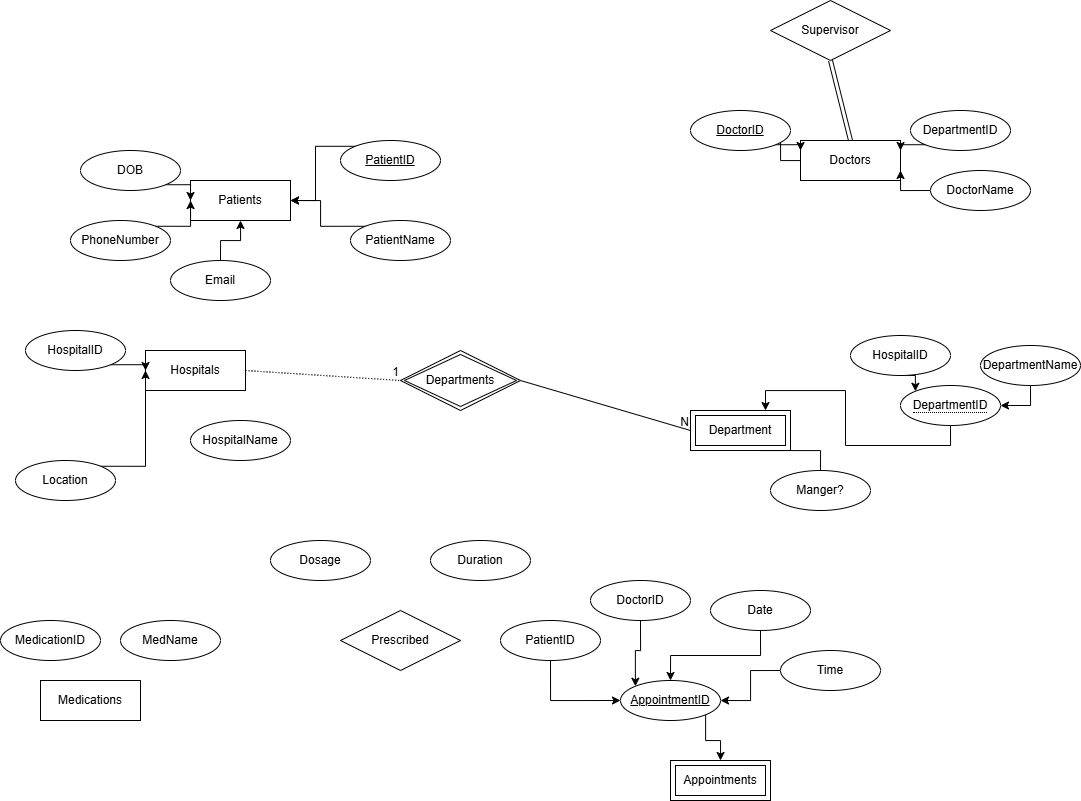
Earlier version of the draw.io export CS420_Assignment3.png (Jhkpop/CS420_Assignment3). Source tidied: cells renumbered, new cells last; positions are measured from the earlier drawing's top-left corner, leaving out a move shared by most shapes.
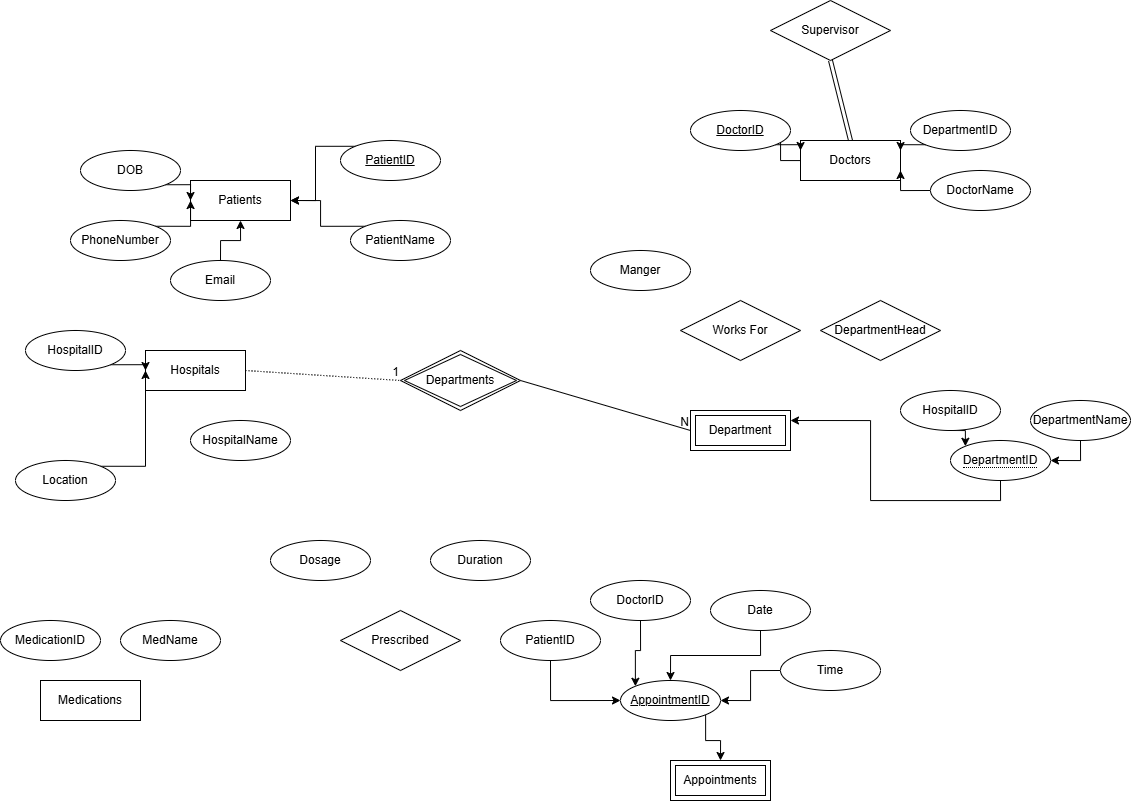
After the change.

Change to the diagram source:
```diff
@@ -82,25 +82,15 @@
     <mxCell id="27" style="edgeStyle=orthogonalEdgeStyle;rounded=0;jettySize=auto;html=1;exitX=0.5;exitY=1;exitDx=0;exitDy=0;entryX=1;entryY=0.5;entryDx=0;entryDy=0;" parent="1" edge="1" source="28" target="45">
       <mxGeometry relative="1" as="geometry">
         <Array as="points">
-          <mxPoint x="1030" y="405" />
+          <mxPoint x="1080" y="460" />
         </Array>
       </mxGeometry>
     </mxCell>
     <mxCell id="28" value="DepartmentName" style="ellipse;whiteSpace=wrap;html=1;align=center;" parent="1" vertex="1">
-      <mxGeometry x="980" y="345" width="100" height="40" as="geometry" />
+      <mxGeometry x="1030" y="400" width="100" height="40" as="geometry" />
     </mxCell>
-    <mxCell id="29" style="edgeStyle=orthogonalEdgeStyle;rounded=0;jettySize=auto;html=1;exitX=0.5;exitY=0;exitDx=0;exitDy=0;entryX=0.75;entryY=1;entryDx=0;entryDy=0;" parent="1" edge="1" source="30" target="46">
-      <mxGeometry relative="1" as="geometry">
-        <Array as="points">
-          <mxPoint x="820" y="450" />
-          <mxPoint x="760" y="450" />
-          <mxPoint x="760" y="430" />
-          <mxPoint x="765" y="430" />
-        </Array>
-      </mxGeometry>
-    </mxCell>
-    <mxCell id="30" value="Manger?" style="ellipse;whiteSpace=wrap;html=1;align=center;" parent="1" vertex="1">
-      <mxGeometry x="770" y="470" width="100" height="40" as="geometry" />
+    <mxCell id="30" value="Manger" style="ellipse;whiteSpace=wrap;html=1;align=center;" parent="1" vertex="1">
+      <mxGeometry x="590" y="250" width="100" height="40" as="geometry" />
     </mxCell>
     <mxCell id="31" style="edgeStyle=orthogonalEdgeStyle;rounded=0;jettySize=auto;html=1;exitX=1;exitY=1;exitDx=0;exitDy=0;entryX=0.5;entryY=0;entryDx=0;entryDy=0;" parent="1" edge="1" source="32" target="47">
       <mxGeometry relative="1" as="geometry">
@@ -144,13 +134,19 @@
       <mxGeometry relative="1" as="geometry" />
     </mxCell>
     <mxCell id="43" value="HospitalID" style="ellipse;whiteSpace=wrap;html=1;align=center;" parent="1" vertex="1">
-      <mxGeometry x="850" y="335" width="100" height="40" as="geometry" />
+      <mxGeometry x="900" y="390" width="100" height="40" as="geometry" />
     </mxCell>
-    <mxCell id="44" style="edgeStyle=orthogonalEdgeStyle;rounded=0;jettySize=auto;html=1;exitX=0.5;exitY=1;exitDx=0;exitDy=0;entryX=0.75;entryY=0;entryDx=0;entryDy=0;" parent="1" edge="1" source="45" target="46">
-      <mxGeometry relative="1" as="geometry" />
+    <mxCell id="44" style="edgeStyle=orthogonalEdgeStyle;rounded=0;jettySize=auto;html=1;exitX=0.5;exitY=1;exitDx=0;exitDy=0;entryX=1;entryY=0.25;entryDx=0;entryDy=0;" parent="1" edge="1" source="45" target="46">
+      <mxGeometry relative="1" as="geometry">
+        <Array as="points">
+          <mxPoint x="1000" y="500" />
+          <mxPoint x="870" y="500" />
+          <mxPoint x="870" y="420" />
+        </Array>
+      </mxGeometry>
     </mxCell>
     <mxCell id="45" value="&lt;span style=&quot;border-bottom: 1px dotted;&quot;&gt;DepartmentID&lt;/span&gt;" style="ellipse;whiteSpace=wrap;html=1;align=center;" parent="1" vertex="1">
-      <mxGeometry x="900" y="385" width="100" height="40" as="geometry" />
+      <mxGeometry x="950" y="440" width="100" height="40" as="geometry" />
     </mxCell>
     <mxCell id="46" value="Department" style="shape=ext;margin=3;double=1;whiteSpace=wrap;html=1;align=center;" parent="1" vertex="1">
       <mxGeometry x="690" y="410" width="100" height="40" as="geometry" />
@@ -197,5 +193,11 @@
     <mxCell id="60" value="Duration" style="ellipse;whiteSpace=wrap;html=1;align=center;" parent="1" vertex="1">
       <mxGeometry x="430" y="540" width="100" height="40" as="geometry" />
     </mxCell>
+    <mxCell id="61" value="DepartmentHead" style="shape=rhombus;perimeter=rhombusPerimeter;whiteSpace=wrap;html=1;align=center;" parent="1" vertex="1">
+      <mxGeometry x="820" y="300" width="120" height="60" as="geometry" />
+    </mxCell>
+    <mxCell id="62" value="Works For" style="shape=rhombus;perimeter=rhombusPerimeter;whiteSpace=wrap;html=1;align=center;" parent="1" vertex="1">
+      <mxGeometry x="680" y="300" width="120" height="60" as="geometry" />
+    </mxCell>
   </root>
 </mxGraphModel>
```
